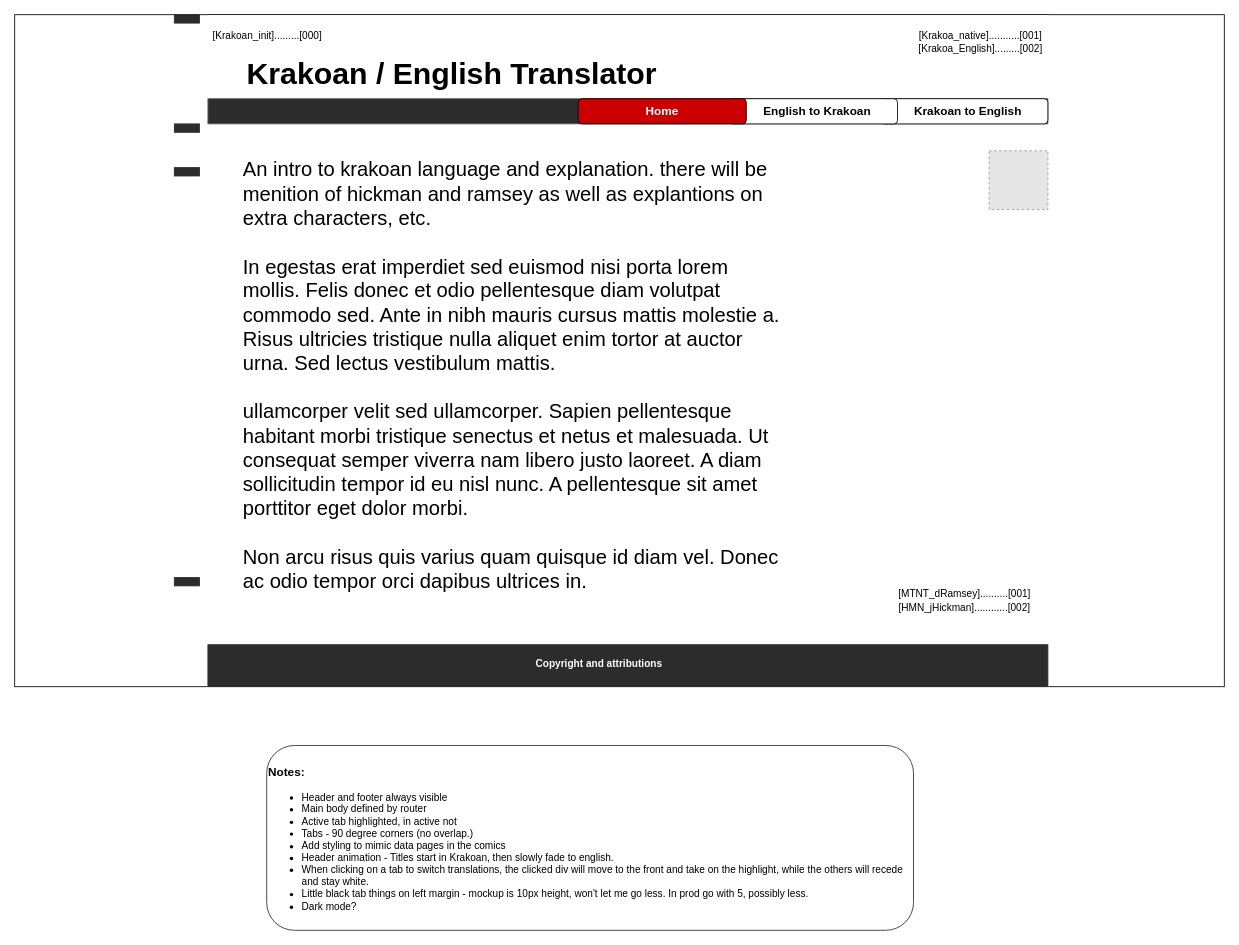
The draw.io diagram page "INTRO" (1 of 4) of mockup-flowchart/mock-up-krakoan-translator.drawio in CaseyPitman/krakoan-translator, before the edit. Source tidied: cells renumbered, new cells numbered last; positions are measured from the earlier drawing's top-left corner, leaving out a move shared by most shapes. Both pictures are drawn from the tidied source at 84%, with x=0, y=0 at pixel (14, 14). Pictures stored in the file or linked from it are replaced by grey dashed boxes.
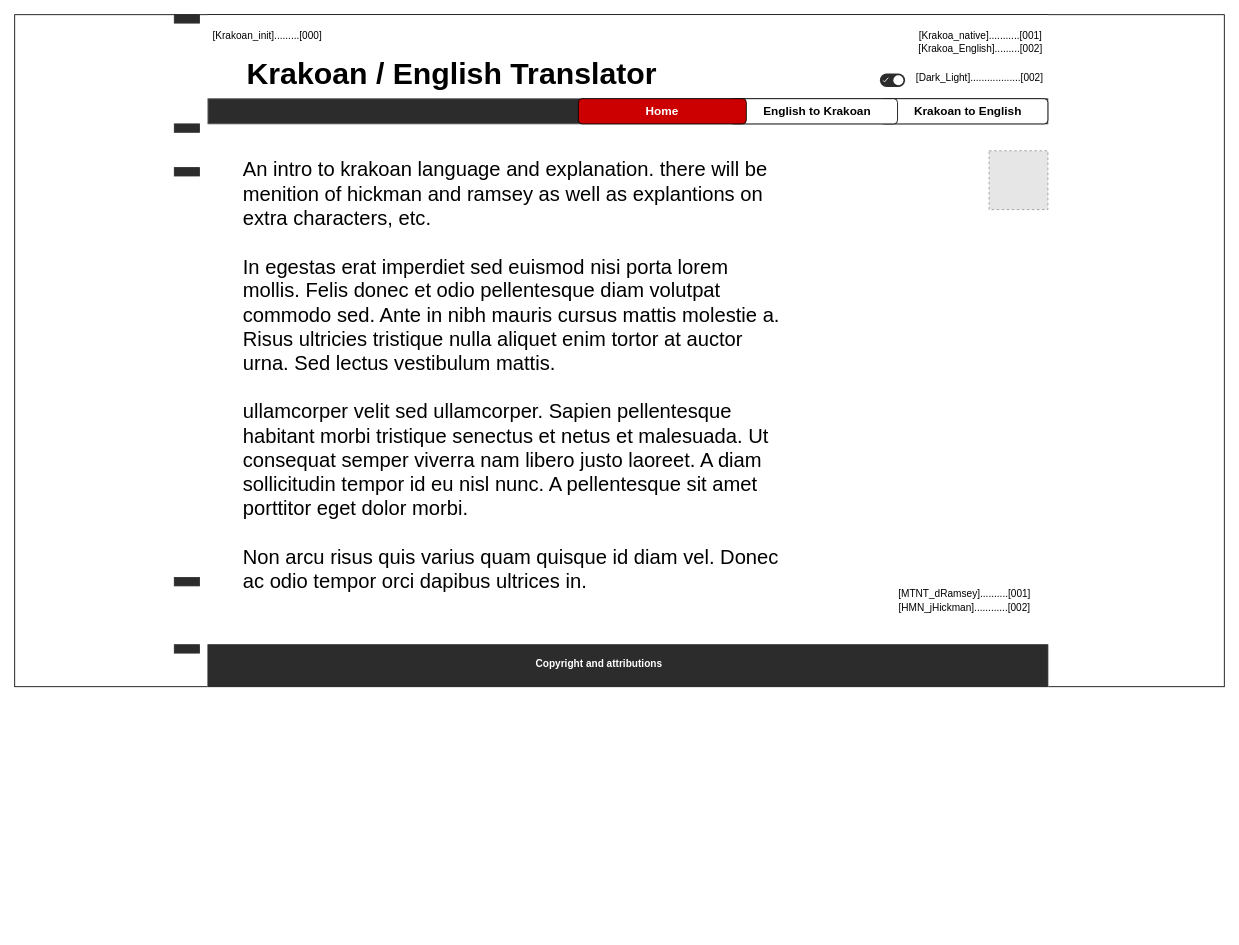
The same diagram, later.

Commit message:
Update mock-up-krakoan-translator.drawio Added dark mode light mode toggle.

The edit, as a diff of the source:
```diff
@@
-    <mxCell id="6" value="&lt;h3&gt;Notes:&lt;/h3&gt;&lt;div&gt;&lt;ul&gt;&lt;li&gt;Header and footer always visible&lt;/li&gt;&lt;li&gt;Main body defined by router&lt;/li&gt;&lt;li&gt;Active tab highlighted, in active not&lt;/li&gt;&lt;li&gt;Tabs - 90 degree corners (no overlap.)&lt;/li&gt;&lt;li&gt;Add styling to mimic data pages in the comics&lt;/li&gt;&lt;li&gt;Header animation - Titles start in Krakoan, then slowly fade to english.&lt;/li&gt;&lt;li&gt;When clicking on a tab to switch translations, the clicked div will move to the front and take on the highlight, while the others will recede and stay white.&amp;nbsp;&lt;/li&gt;&lt;li&gt;Little black tab things on left margin - mockup is 10px height, won't let me go less. In prod go with 5, possibly less.&lt;/li&gt;&lt;li&gt;Dark mode?&lt;/li&gt;&lt;/ul&gt;&lt;/div&gt;" style="rounded=1;whiteSpace=wrap;html=1;strokeColor=#2C2C2C;gradientColor=none;fillColor=#FFFFFF;align=left;" parent="1" vertex="1">
-      <mxGeometry x="300" y="870" width="770" height="220" as="geometry" />
-    </mxCell>
@@
+    <mxCell id="31" style="rounded=0;whiteSpace=wrap;html=1;strokeWidth=1;fillColor=#2C2C2C;gradientColor=none;fontSize=20;fontColor=#000000;align=left;strokeColor=#2C2C2C;" parent="1" vertex="1">
+      <mxGeometry x="190" y="750" width="30" height="10" as="geometry" />
+    </mxCell>
+    <mxCell id="32" style="strokeColor=none;rounded=1;arcSize=50;fontSize=20;fontColor=#000000;align=left;fillColor=#2C2C2C;" parent="1" vertex="1">
+      <mxGeometry x="1030" y="70" width="30" height="16" as="geometry" />
+    </mxCell>
+    <mxCell id="33" style="shape=ellipse;strokeColor=none;fillColor=#ffffff;" parent="32" vertex="1">
+      <mxGeometry x="1" y="0.5" width="12" height="12" relative="1" as="geometry">
+        <mxPoint x="-14" y="-6" as="offset" />
+      </mxGeometry>
+    </mxCell>
+    <mxCell id="34" style="html=1;shadow=0;dashed=0;shape=mxgraph.atlassian.check;strokeColor=#ffffff;fillColor=#FFFFFF;" parent="32" vertex="1">
+      <mxGeometry y="0.5" width="6" height="5" relative="1" as="geometry">
+        <mxPoint x="4" y="-3" as="offset" />
+      </mxGeometry>
+    </mxCell>
+    <mxCell id="35" value="[Dark_Light]..................[002]" style="text;html=1;strokeColor=none;fillColor=none;align=center;verticalAlign=middle;whiteSpace=wrap;rounded=0;fontColor=#000000;" parent="1" vertex="1">
+      <mxGeometry x="1068" y="66" width="162" height="20" as="geometry" />
+    </mxCell>
```
